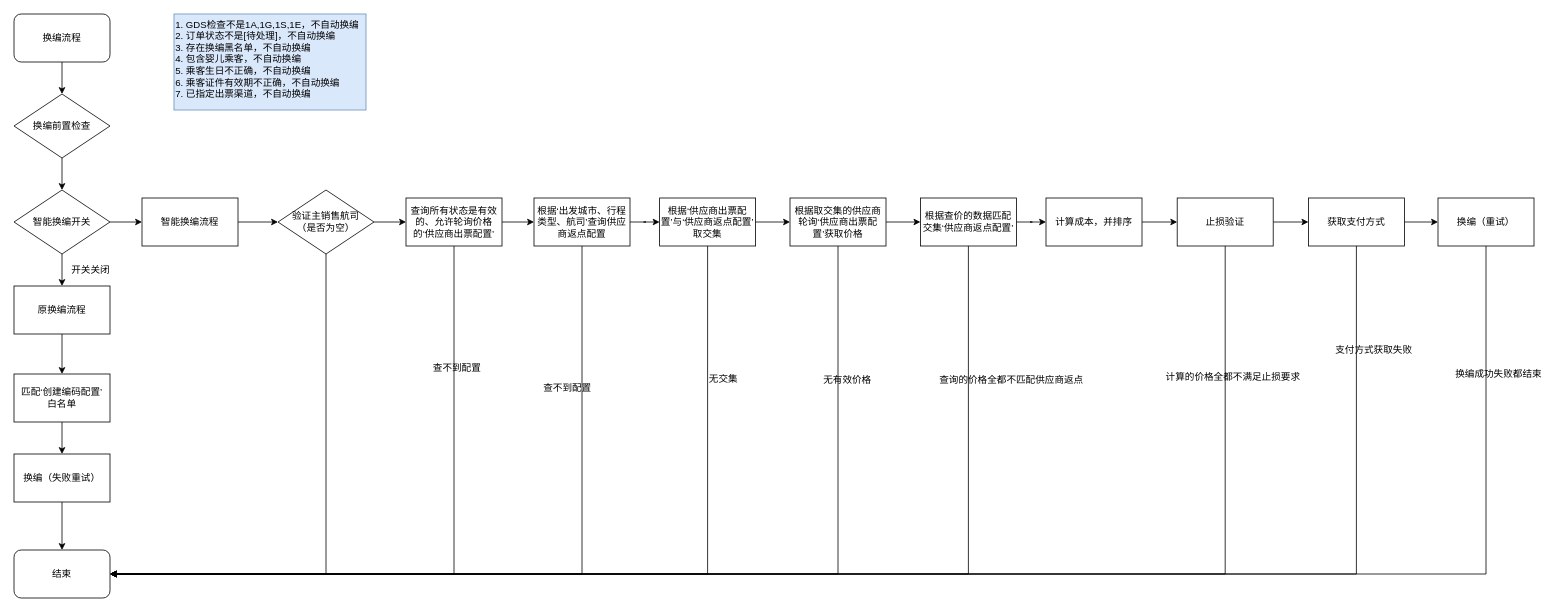
Above: a1.drawio in dhyang/study (draw.io), before the change. Source tidied: cells renumbered, new cells numbered last; positions are measured from the earlier drawing's top-left corner, leaving out a move shared by most shapes. Both pictures are drawn from the tidied source at 80%, with x=0, y=0 at pixel (14, 14).
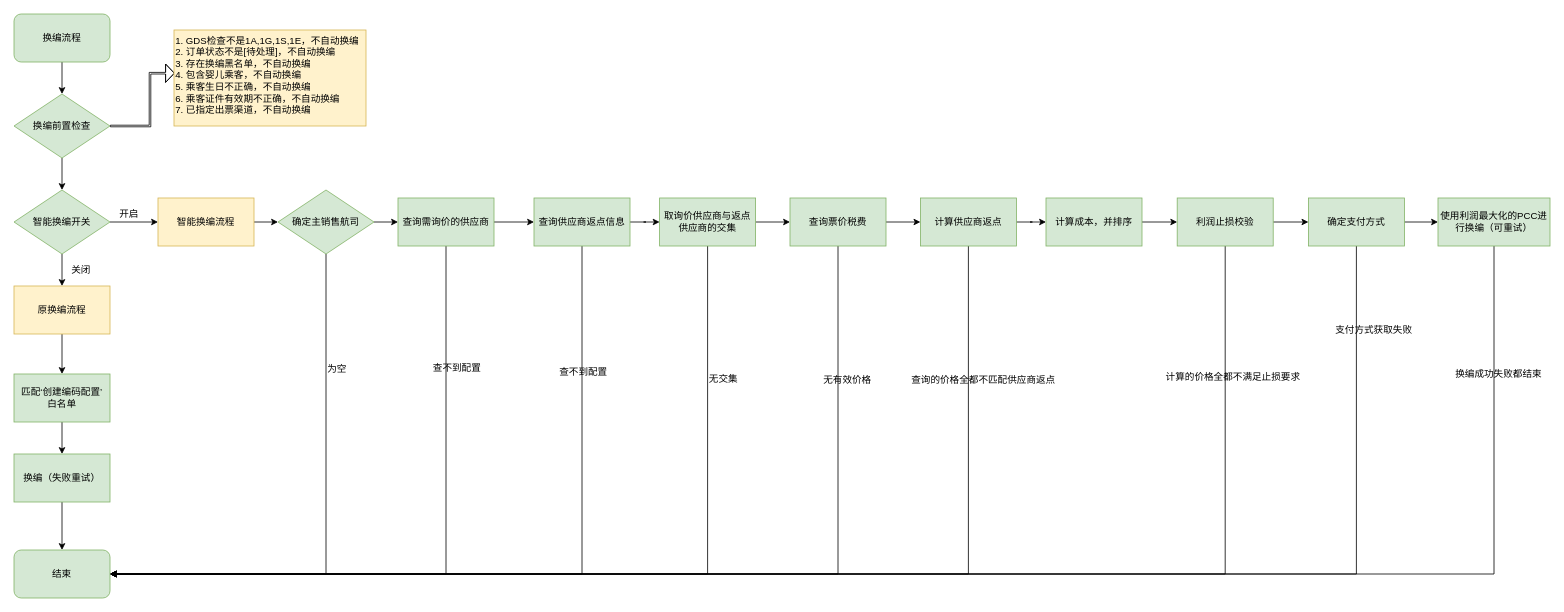
The same diagram, later.

Change to the diagram source:
```diff
@@
-    <mxCell id="3" value="原换编流程" style="rounded=0;whiteSpace=wrap;html=1;" parent="1" vertex="1">
+    <mxCell id="3" value="原换编流程" style="rounded=0;whiteSpace=wrap;html=1;fillColor=#fff2cc;strokeColor=#d6b656;" parent="1" vertex="1">
       <mxGeometry y="340" width="120" height="60" as="geometry" />
     </mxCell>
@@
+    <mxCell id="56" style="edgeStyle=orthogonalEdgeStyle;rounded=0;jettySize=auto;html=1;entryX=0.004;entryY=0.45;entryDx=0;entryDy=0;entryPerimeter=0;shape=flexArrow;width=2;endSize=3.33;" parent="1" edge="1" source="5" target="55">
+      <mxGeometry relative="1" as="geometry">
+        <Array as="points">
+          <mxPoint x="170" y="140" />
+          <mxPoint x="170" y="74" />
+        </Array>
+      </mxGeometry>
+    </mxCell>
-    <mxCell id="5" value="换编前置检查" style="rhombus;whiteSpace=wrap;html=1;" parent="1" vertex="1">
+    <mxCell id="5" value="换编前置检查" style="rhombus;whiteSpace=wrap;html=1;fillColor=#d5e8d4;strokeColor=#82b366;" parent="1" vertex="1">
       <mxGeometry y="100" width="120" height="80" as="geometry" />
     </mxCell>
@@
-    <mxCell id="8" value="智能换编开关" style="rhombus;whiteSpace=wrap;html=1;" parent="1" vertex="1">
+    <mxCell id="8" value="智能换编开关" style="rhombus;whiteSpace=wrap;html=1;fillColor=#d5e8d4;strokeColor=#82b366;" parent="1" vertex="1">
       <mxGeometry y="220" width="120" height="80" as="geometry" />
     </mxCell>
@@
-    <mxCell id="10" value="换编流程" style="rounded=1;whiteSpace=wrap;html=1;" parent="1" vertex="1">
+    <mxCell id="10" value="换编流程" style="rounded=1;whiteSpace=wrap;html=1;fillColor=#d5e8d4;strokeColor=#82b366;" parent="1" vertex="1">
       <mxGeometry width="120" height="60" as="geometry" />
     </mxCell>
@@
-    <mxCell id="12" value="匹配‘创建编码配置’&lt;br&gt;白名单" style="rounded=0;whiteSpace=wrap;html=1;" parent="1" vertex="1">
+    <mxCell id="12" value="匹配‘创建编码配置’&lt;br&gt;白名单" style="rounded=0;whiteSpace=wrap;html=1;fillColor=#d5e8d4;strokeColor=#82b366;" parent="1" vertex="1">
       <mxGeometry y="450" width="120" height="60" as="geometry" />
     </mxCell>
@@
-    <mxCell id="14" value="换编（失败重试）&lt;br&gt;" style="rounded=0;whiteSpace=wrap;html=1;" parent="1" vertex="1">
+    <mxCell id="14" value="换编（失败重试）&lt;br&gt;" style="rounded=0;whiteSpace=wrap;html=1;fillColor=#d5e8d4;strokeColor=#82b366;" parent="1" vertex="1">
       <mxGeometry y="550" width="120" height="60" as="geometry" />
     </mxCell>
-    <mxCell id="15" value="结束" style="rounded=1;whiteSpace=wrap;html=1;" parent="1" vertex="1">
+    <mxCell id="15" value="结束" style="rounded=1;whiteSpace=wrap;html=1;fillColor=#d5e8d4;strokeColor=#82b366;" parent="1" vertex="1">
       <mxGeometry y="670" width="120" height="60" as="geometry" />
     </mxCell>
-    <mxCell id="16" value="开关关闭" style="text;html=1;align=left;verticalAlign=top;spacingTop=-4;" parent="1" vertex="1">
-      <mxGeometry x="70" y="310" width="60" height="20" as="geometry" />
+    <mxCell id="16" value="关闭" style="text;html=1;align=left;verticalAlign=top;spacingTop=-4;" parent="1" vertex="1">
+      <mxGeometry x="70" y="310" width="40" height="20" as="geometry" />
     </mxCell>
@@
-    <mxCell id="18" value="智能换编流程" style="rounded=0;whiteSpace=wrap;html=1;" parent="1" vertex="1">
-      <mxGeometry x="160" y="230" width="120" height="60" as="geometry" />
+    <mxCell id="18" value="智能换编流程" style="rounded=0;whiteSpace=wrap;html=1;fillColor=#fff2cc;strokeColor=#d6b656;" parent="1" vertex="1">
+      <mxGeometry x="180" y="230" width="120" height="60" as="geometry" />
     </mxCell>
@@
-    <mxCell id="21" value="查询所有状态是有效的、允许轮询价格的‘供应商出票配置’" style="rounded=0;whiteSpace=wrap;html=1;" parent="1" vertex="1">
-      <mxGeometry x="490" y="230" width="120" height="60" as="geometry" />
+    <mxCell id="21" value="查询需询价的供应商" style="rounded=0;whiteSpace=wrap;html=1;fillColor=#d5e8d4;strokeColor=#82b366;align=center;" parent="1" vertex="1">
+      <mxGeometry x="480" y="230" width="120" height="60" as="geometry" />
     </mxCell>
@@
-    <mxCell id="24" value="根据‘&lt;span&gt;出发城市、行程类型、航司&lt;/span&gt;&lt;span&gt;’查询供应商返点配置&lt;/span&gt;&lt;br&gt;" style="rounded=0;whiteSpace=wrap;html=1;" parent="1" vertex="1">
+    <mxCell id="24" value="查询供应商返点信息&lt;br&gt;" style="rounded=0;whiteSpace=wrap;html=1;fillColor=#d5e8d4;strokeColor=#82b366;align=center;" parent="1" vertex="1">
       <mxGeometry x="650" y="230" width="120" height="60" as="geometry" />
     </mxCell>
@@
-    <mxCell id="27" value="根据‘供应商出票配置’与‘供应商返点配置’&lt;br&gt;取交集&lt;br&gt;" style="rounded=0;whiteSpace=wrap;html=1;" parent="1" vertex="1">
+    <mxCell id="27" value="取询价供应商与返点供应商的交集&lt;br&gt;" style="rounded=0;whiteSpace=wrap;html=1;fillColor=#d5e8d4;strokeColor=#82b366;" parent="1" vertex="1">
       <mxGeometry x="807" y="230" width="120" height="60" as="geometry" />
     </mxCell>
@@
-    <mxCell id="30" value="根据取交集的供应商轮询‘供应商出票配置’获取价格" style="rounded=0;whiteSpace=wrap;html=1;" parent="1" vertex="1">
+    <mxCell id="30" value="查询票价税费" style="rounded=0;whiteSpace=wrap;html=1;fillColor=#d5e8d4;strokeColor=#82b366;" parent="1" vertex="1">
       <mxGeometry x="970" y="230" width="120" height="60" as="geometry" />
     </mxCell>
@@
-    <mxCell id="33" value="根据查价的数据匹配交集‘供应商返点配置’" style="rounded=0;whiteSpace=wrap;html=1;" parent="1" vertex="1">
+    <mxCell id="33" value="计算供应商返点" style="rounded=0;whiteSpace=wrap;html=1;fillColor=#d5e8d4;strokeColor=#82b366;" parent="1" vertex="1">
       <mxGeometry x="1133" y="230" width="120" height="60" as="geometry" />
     </mxCell>
@@
-    <mxCell id="35" value="计算成本，并排序" style="rounded=0;whiteSpace=wrap;html=1;" parent="1" vertex="1">
+    <mxCell id="35" value="计算成本，并排序" style="rounded=0;whiteSpace=wrap;html=1;fillColor=#d5e8d4;strokeColor=#82b366;" parent="1" vertex="1">
       <mxGeometry x="1290" y="230" width="120" height="60" as="geometry" />
     </mxCell>
@@
-    <mxCell id="38" value="止损验证" style="rounded=0;whiteSpace=wrap;html=1;" parent="1" vertex="1">
+    <mxCell id="38" value="利润止损校验" style="rounded=0;whiteSpace=wrap;html=1;fillColor=#d5e8d4;strokeColor=#82b366;" parent="1" vertex="1">
       <mxGeometry x="1454" y="230" width="120" height="60" as="geometry" />
     </mxCell>
@@
-    <mxCell id="41" value="获取支付方式" style="rounded=0;whiteSpace=wrap;html=1;" parent="1" vertex="1">
+    <mxCell id="41" value="确定支付方式" style="rounded=0;whiteSpace=wrap;html=1;fillColor=#d5e8d4;strokeColor=#82b366;" parent="1" vertex="1">
       <mxGeometry x="1618" y="230" width="120" height="60" as="geometry" />
     </mxCell>
@@
-    <mxCell id="43" value="换编（重试）&lt;br&gt;" style="rounded=0;whiteSpace=wrap;html=1;" parent="1" vertex="1">
-      <mxGeometry x="1780" y="230" width="120" height="60" as="geometry" />
+    <mxCell id="43" value="使用利润最大化的PCC进行换编（可重试）&lt;br&gt;" style="rounded=0;whiteSpace=wrap;html=1;fillColor=#d5e8d4;strokeColor=#82b366;" parent="1" vertex="1">
+      <mxGeometry x="1780" y="230" width="140" height="60" as="geometry" />
     </mxCell>
@@
-    <mxCell id="46" value="验证主销售航司&lt;br&gt;（是否为空）&lt;br&gt;" style="rhombus;whiteSpace=wrap;html=1;" parent="1" vertex="1">
+    <mxCell id="46" value="确定主销售航司&lt;br&gt;" style="rhombus;whiteSpace=wrap;html=1;fillColor=#d5e8d4;strokeColor=#82b366;" parent="1" vertex="1">
       <mxGeometry x="330" y="220" width="120" height="80" as="geometry" />
     </mxCell>
@@
     <mxCell id="48" value="查不到配置&lt;br&gt;&lt;br&gt;" style="text;html=1;align=left;verticalAlign=top;spacingTop=-4;" parent="1" vertex="1">
-      <mxGeometry x="660" y="458" width="80" height="30" as="geometry" />
+      <mxGeometry x="680" y="438" width="80" height="30" as="geometry" />
     </mxCell>
@@
     <mxCell id="51" value="查询的价格全都不匹配供应商返点" style="text;html=1;align=left;verticalAlign=top;spacingTop=-4;" parent="1" vertex="1">
-      <mxGeometry x="1155" y="448" width="200" height="20" as="geometry" />
+      <mxGeometry x="1120" y="448" width="200" height="20" as="geometry" />
     </mxCell>
@@
     <mxCell id="54" value="支付方式获取失败&lt;br&gt;&lt;br&gt;" style="text;html=1;align=left;verticalAlign=top;spacingTop=-4;" parent="1" vertex="1">
-      <mxGeometry x="1650" y="410" width="110" height="30" as="geometry" />
+      <mxGeometry x="1650" y="385" width="110" height="30" as="geometry" />
     </mxCell>
-    <mxCell id="55" value="&lt;div&gt;1. GDS检查不是1A,1G,1S,1E，不自动换编&lt;/div&gt;&lt;div&gt;2. 订单状态不是[待处理]，不自动换编&lt;/div&gt;&lt;div&gt;3. 存在换编黑名单，不自动换编&lt;/div&gt;&lt;div&gt;4. 包含婴儿乘客，不自动换编&lt;/div&gt;&lt;div&gt;5. 乘客生日不正确，不自动换编&lt;/div&gt;&lt;div&gt;6. 乘客证件有效期不正确，不自动换编&lt;/div&gt;&lt;div&gt;7. 已指定出票渠道，不自动换编&lt;/div&gt;" style="rounded=0;whiteSpace=wrap;html=1;align=left;verticalAlign=top;fillColor=#dae8fc;strokeColor=#6c8ebf;" parent="1" vertex="1">
-      <mxGeometry x="200" width="240" height="120" as="geometry" />
+    <mxCell id="55" value="&lt;div&gt;1. GDS检查不是1A,1G,1S,1E，不自动换编&lt;/div&gt;&lt;div&gt;2. 订单状态不是[待处理]，不自动换编&lt;/div&gt;&lt;div&gt;3. 存在换编黑名单，不自动换编&lt;/div&gt;&lt;div&gt;4. 包含婴儿乘客，不自动换编&lt;/div&gt;&lt;div&gt;5. 乘客生日不正确，不自动换编&lt;/div&gt;&lt;div&gt;6. 乘客证件有效期不正确，不自动换编&lt;/div&gt;&lt;div&gt;7. 已指定出票渠道，不自动换编&lt;/div&gt;" style="rounded=0;whiteSpace=wrap;html=1;align=left;verticalAlign=top;fillColor=#fff2cc;strokeColor=#d6b656;" parent="1" vertex="1">
+      <mxGeometry x="200" y="20" width="240" height="120" as="geometry" />
     </mxCell>
+    <mxCell id="57" value="开启" style="text;html=1;align=left;verticalAlign=top;spacingTop=-4;" parent="1" vertex="1">
+      <mxGeometry x="130" y="240" width="40" height="20" as="geometry" />
+    </mxCell>
+    <mxCell id="58" value="为空" style="text;html=1;align=left;verticalAlign=top;spacingTop=-4;" parent="1" vertex="1">
+      <mxGeometry x="390" y="434" width="40" height="20" as="geometry" />
+    </mxCell>
```
